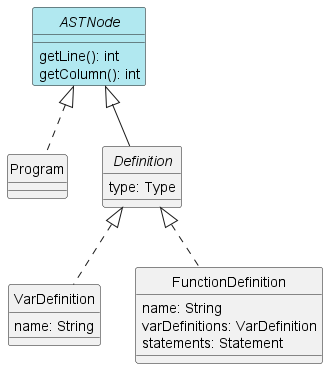
The PlantUML diagram docs/diagrams/Program.png in alvesit0/DLP-Compiler, before a commit.
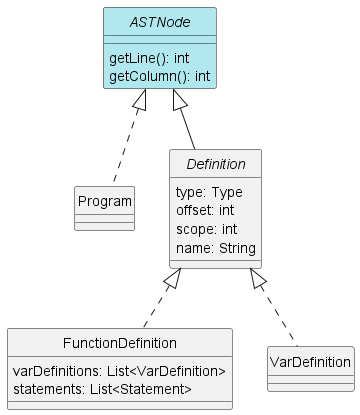
The same diagram one commit later.

What changed in the source:
```diff
@@ -14,16 +14,14 @@
 
 interface Definition {
     type: Type
-}
-
-class VarDefinition {
+    offset: int
+    scope: int
     name: String
 }
 
 class FunctionDefinition {
-    name: String
-    varDefinitions: VarDefinition
-    statements: Statement
+    varDefinitions: List<VarDefinition>
+    statements: List<Statement>
 }
 
 ASTNode <|-- Definition
```
